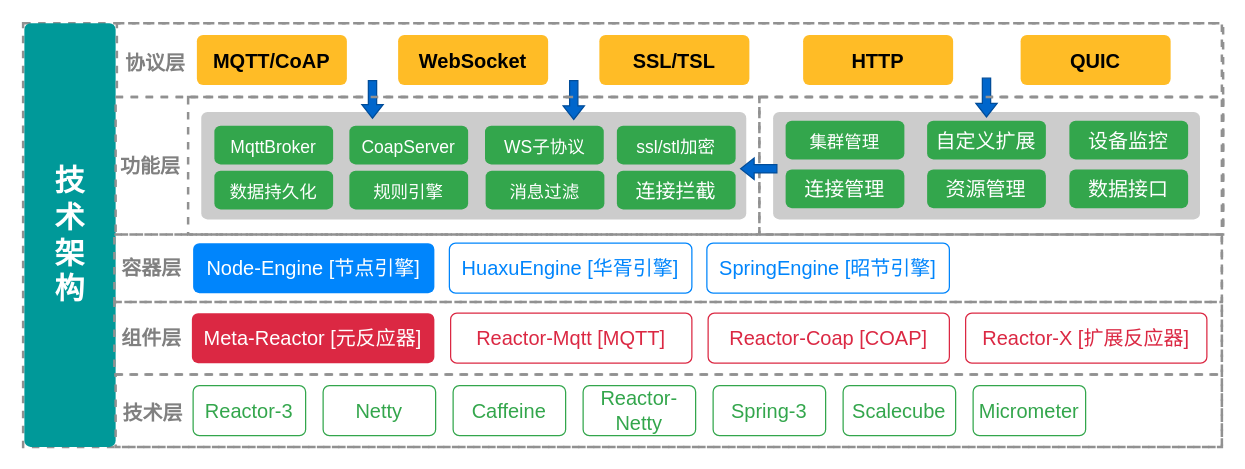
This is Design/framework-2.drawio from danbuliduo/CyberFlux, a draw.io file, before an edit. Source tidied: cells renumbered, new cells numbered last; positions are measured from the earlier drawing's top-left corner, leaving out a move shared by most shapes. Both pictures are drawn from the tidied source at 125%, with x=0, y=0 at pixel (22, 22).
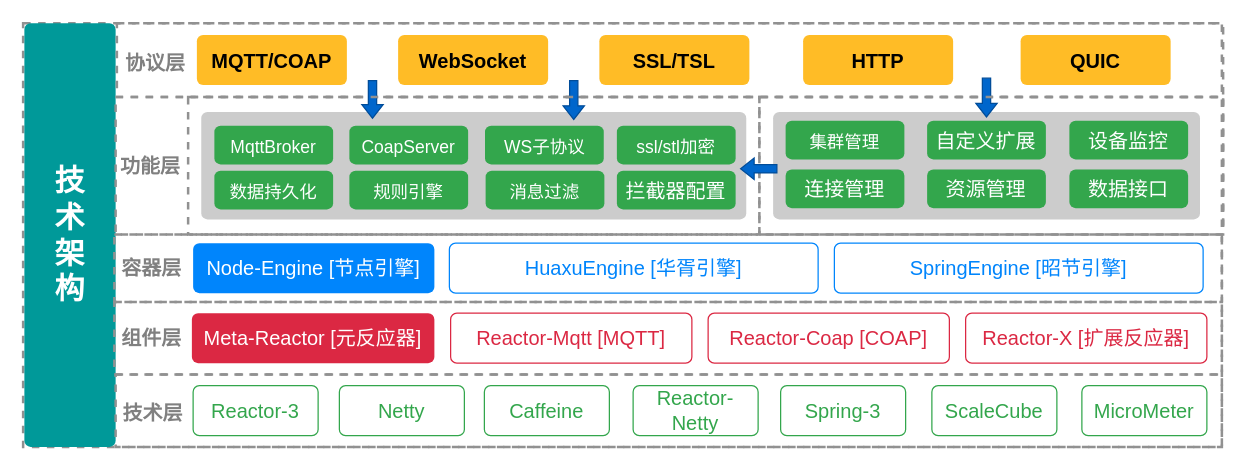
After the change.

The change refers to these unchanged cells:
```xml
<mxCell id="4" style="fontStyle=0;verticalAlign=top;align=center;spacingTop=-2;fillColor=none;rounded=0;whiteSpace=wrap;html=1;strokeColor=#919191;strokeWidth=2;dashed=1;labelBackgroundColor=none;fontFamily=Helvetica;fontSize=20;fontColor=#808080;" parent="2" vertex="1">
  <mxGeometry x="74" y="281" width="885" height="58" as="geometry" />
</mxCell>
<mxCell id="19" style="fontStyle=0;verticalAlign=top;align=center;spacingTop=-2;fillColor=none;rounded=0;whiteSpace=wrap;html=1;strokeColor=#919191;strokeWidth=2;dashed=1;labelBackgroundColor=none;fontFamily=Helvetica;fontSize=16;fontColor=#808080;" parent="2" vertex="1">
  <mxGeometry x="73" y="169" width="886" height="54" as="geometry" />
</mxCell>
<mxCell id="35" style="fontStyle=0;verticalAlign=top;align=center;spacingTop=-2;fillColor=none;rounded=0;whiteSpace=wrap;html=1;strokeColor=#919191;strokeWidth=2;dashed=1;labelBackgroundColor=none;fontFamily=Helvetica;fontSize=16;fontColor=#808080;" parent="24" vertex="1">
  <mxGeometry x="58" width="457" height="110" as="geometry" />
</mxCell>
<mxCell id="48" style="fontStyle=0;verticalAlign=top;align=center;spacingTop=-2;fillColor=none;rounded=0;whiteSpace=wrap;html=1;strokeColor=#919191;strokeWidth=2;dashed=1;labelBackgroundColor=none;fontFamily=Helvetica;fontSize=24;fontColor=#808080;" parent="2" vertex="1">
  <mxGeometry x="75" width="885" height="59" as="geometry" />
</mxCell>
```

The edit, as a diff of the source:
```diff
@@
     <mxCell id="6" value="Reactor-3" style="html=1;shadow=0;dashed=0;shape=mxgraph.bootstrap.rrect;rSize=5;strokeColor=#33A64C;strokeWidth=1;fillColor=none;fontColor=#33A64C;whiteSpace=wrap;align=center;verticalAlign=middle;spacingLeft=0;fontStyle=0;fontSize=16;spacing=5;labelBackgroundColor=none;fontFamily=Helvetica;" parent="4" vertex="1">
-      <mxGeometry x="62" y="9" width="90" height="40" as="geometry" />
+      <mxGeometry x="62" y="9" width="100" height="40" as="geometry" />
     </mxCell>
     <mxCell id="7" value="Netty" style="html=1;shadow=0;dashed=0;shape=mxgraph.bootstrap.rrect;rSize=5;strokeColor=#33A64C;strokeWidth=1;fillColor=none;fontColor=#33A64C;whiteSpace=wrap;align=center;verticalAlign=middle;spacingLeft=0;fontStyle=0;fontSize=16;spacing=5;labelBackgroundColor=none;fontFamily=Helvetica;" parent="4" vertex="1">
-      <mxGeometry x="166" y="9" width="90" height="40" as="geometry" />
+      <mxGeometry x="179" y="9" width="100" height="40" as="geometry" />
     </mxCell>
     <mxCell id="8" value="Caffeine" style="html=1;shadow=0;dashed=0;shape=mxgraph.bootstrap.rrect;rSize=5;strokeColor=#33A64C;strokeWidth=1;fillColor=none;fontColor=#33A64C;whiteSpace=wrap;align=center;verticalAlign=middle;spacingLeft=0;fontStyle=0;fontSize=16;spacing=5;labelBackgroundColor=none;fontFamily=Helvetica;" parent="4" vertex="1">
-      <mxGeometry x="270" y="9" width="90" height="40" as="geometry" />
+      <mxGeometry x="295" y="9" width="100" height="40" as="geometry" />
     </mxCell>
     <mxCell id="9" value="Reactor-Netty" style="html=1;shadow=0;dashed=0;shape=mxgraph.bootstrap.rrect;rSize=5;strokeColor=#33A64C;strokeWidth=1;fillColor=none;fontColor=#33A64C;whiteSpace=wrap;align=center;verticalAlign=middle;spacingLeft=0;fontStyle=0;fontSize=16;spacing=5;labelBackgroundColor=none;fontFamily=Helvetica;" parent="4" vertex="1">
-      <mxGeometry x="374" y="9" width="90" height="40" as="geometry" />
+      <mxGeometry x="414" y="9" width="100" height="40" as="geometry" />
     </mxCell>
     <mxCell id="10" value="Spring-3" style="html=1;shadow=0;dashed=0;shape=mxgraph.bootstrap.rrect;rSize=5;strokeColor=#33A64C;strokeWidth=1;fillColor=none;fontColor=#33A64C;whiteSpace=wrap;align=center;verticalAlign=middle;spacingLeft=0;fontStyle=0;fontSize=16;spacing=5;labelBackgroundColor=none;fontFamily=Helvetica;" parent="4" vertex="1">
-      <mxGeometry x="478" y="9" width="90" height="40" as="geometry" />
+      <mxGeometry x="532" y="9" width="100" height="40" as="geometry" />
     </mxCell>
-    <mxCell id="11" value="Scalecube" style="html=1;shadow=0;dashed=0;shape=mxgraph.bootstrap.rrect;rSize=5;strokeColor=#33A64C;strokeWidth=1;fillColor=none;fontColor=#33A64C;whiteSpace=wrap;align=center;verticalAlign=middle;spacingLeft=0;fontStyle=0;fontSize=16;spacing=5;labelBackgroundColor=none;fontFamily=Helvetica;" parent="4" vertex="1">
-      <mxGeometry x="582" y="9" width="90" height="40" as="geometry" />
+    <mxCell id="11" value="ScaleCube" style="html=1;shadow=0;dashed=0;shape=mxgraph.bootstrap.rrect;rSize=5;strokeColor=#33A64C;strokeWidth=1;fillColor=none;fontColor=#33A64C;whiteSpace=wrap;align=center;verticalAlign=middle;spacingLeft=0;fontStyle=0;fontSize=16;spacing=5;labelBackgroundColor=none;fontFamily=Helvetica;" parent="4" vertex="1">
+      <mxGeometry x="653" y="9" width="100" height="40" as="geometry" />
     </mxCell>
-    <mxCell id="12" value="&lt;span style=&quot;text-align: left;&quot;&gt;&lt;font style=&quot;font-size: 16px;&quot;&gt;Micrometer&lt;/font&gt;&lt;/span&gt;" style="html=1;shadow=0;dashed=0;shape=mxgraph.bootstrap.rrect;rSize=5;strokeColor=#33A64C;strokeWidth=1;fillColor=none;fontColor=#33A64C;whiteSpace=wrap;align=center;verticalAlign=middle;spacingLeft=0;fontStyle=0;fontSize=16;spacing=5;labelBackgroundColor=none;fontFamily=Helvetica;" parent="4" vertex="1">
-      <mxGeometry x="686" y="9" width="90" height="40" as="geometry" />
+    <mxCell id="12" value="&lt;span style=&quot;text-align: left;&quot;&gt;&lt;font style=&quot;font-size: 16px;&quot;&gt;MicroMeter&lt;/font&gt;&lt;/span&gt;" style="html=1;shadow=0;dashed=0;shape=mxgraph.bootstrap.rrect;rSize=5;strokeColor=#33A64C;strokeWidth=1;fillColor=none;fontColor=#33A64C;whiteSpace=wrap;align=center;verticalAlign=middle;spacingLeft=0;fontStyle=0;fontSize=16;spacing=5;labelBackgroundColor=none;fontFamily=Helvetica;" parent="4" vertex="1">
+      <mxGeometry x="773" y="9" width="100" height="40" as="geometry" />
     </mxCell>
@@
     <mxCell id="22" value="HuaxuEngine [华胥引擎]" style="html=1;shadow=0;dashed=0;shape=mxgraph.bootstrap.rrect;rSize=5;strokeColor=#0085FC;strokeWidth=1;fillColor=none;fontColor=#0085FC;whiteSpace=wrap;align=center;verticalAlign=middle;spacingLeft=0;fontStyle=0;fontSize=16;spacing=5;labelBackgroundColor=none;fontFamily=Helvetica;" parent="19" vertex="1">
-      <mxGeometry x="268" y="7" width="194" height="40" as="geometry" />
+      <mxGeometry x="268" y="7" width="295" height="40" as="geometry" />
     </mxCell>
     <mxCell id="23" value="SpringEngine [昭节引擎]" style="html=1;shadow=0;dashed=0;shape=mxgraph.bootstrap.rrect;rSize=5;strokeColor=#0085FC;strokeWidth=1;fillColor=none;fontColor=#0085FC;whiteSpace=wrap;align=center;verticalAlign=middle;spacingLeft=0;fontStyle=0;fontSize=16;spacing=5;labelBackgroundColor=none;fontFamily=Helvetica;" parent="19" vertex="1">
-      <mxGeometry x="474" y="7" width="194" height="40" as="geometry" />
+      <mxGeometry x="576" y="7" width="295" height="40" as="geometry" />
     </mxCell>
@@
-    <mxCell id="47" value="连接拦截" style="html=1;shadow=0;dashed=0;shape=mxgraph.bootstrap.rrect;rSize=5;strokeColor=none;strokeWidth=1;fillColor=#33A64C;fontColor=#FFFFFF;whiteSpace=wrap;align=center;verticalAlign=middle;spacingLeft=0;fontStyle=0;fontSize=16;spacing=5;labelBackgroundColor=none;fontFamily=Helvetica;" parent="35" vertex="1">
+    <mxCell id="47" value="拦截器配置" style="html=1;shadow=0;dashed=0;shape=mxgraph.bootstrap.rrect;rSize=5;strokeColor=none;strokeWidth=1;fillColor=#33A64C;fontColor=#FFFFFF;whiteSpace=wrap;align=center;verticalAlign=middle;spacingLeft=0;fontStyle=0;fontSize=16;spacing=5;labelBackgroundColor=none;fontFamily=Helvetica;" parent="35" vertex="1">
       <mxGeometry x="343" y="59" width="95" height="31" as="geometry" />
     </mxCell>
@@
-    <mxCell id="49" value="&lt;font color=&quot;#000000&quot;&gt;&lt;b&gt;MQTT/CoAP&lt;/b&gt;&lt;/font&gt;" style="html=1;shadow=0;dashed=0;shape=mxgraph.bootstrap.rrect;rSize=5;strokeColor=none;strokeWidth=1;fillColor=#FFBC26;fontColor=#FFFFFF;whiteSpace=wrap;align=center;verticalAlign=middle;spacingLeft=0;fontStyle=0;fontSize=16;spacing=5;labelBackgroundColor=none;fontFamily=Helvetica;" parent="48" vertex="1">
+    <mxCell id="49" value="&lt;font color=&quot;#000000&quot;&gt;&lt;b&gt;MQTT/COAP&lt;/b&gt;&lt;/font&gt;" style="html=1;shadow=0;dashed=0;shape=mxgraph.bootstrap.rrect;rSize=5;strokeColor=none;strokeWidth=1;fillColor=#FFBC26;fontColor=#FFFFFF;whiteSpace=wrap;align=center;verticalAlign=middle;spacingLeft=0;fontStyle=0;fontSize=16;spacing=5;labelBackgroundColor=none;fontFamily=Helvetica;" parent="48" vertex="1">
       <mxGeometry x="64" y="9.5" width="120" height="40" as="geometry" />
     </mxCell>
```
